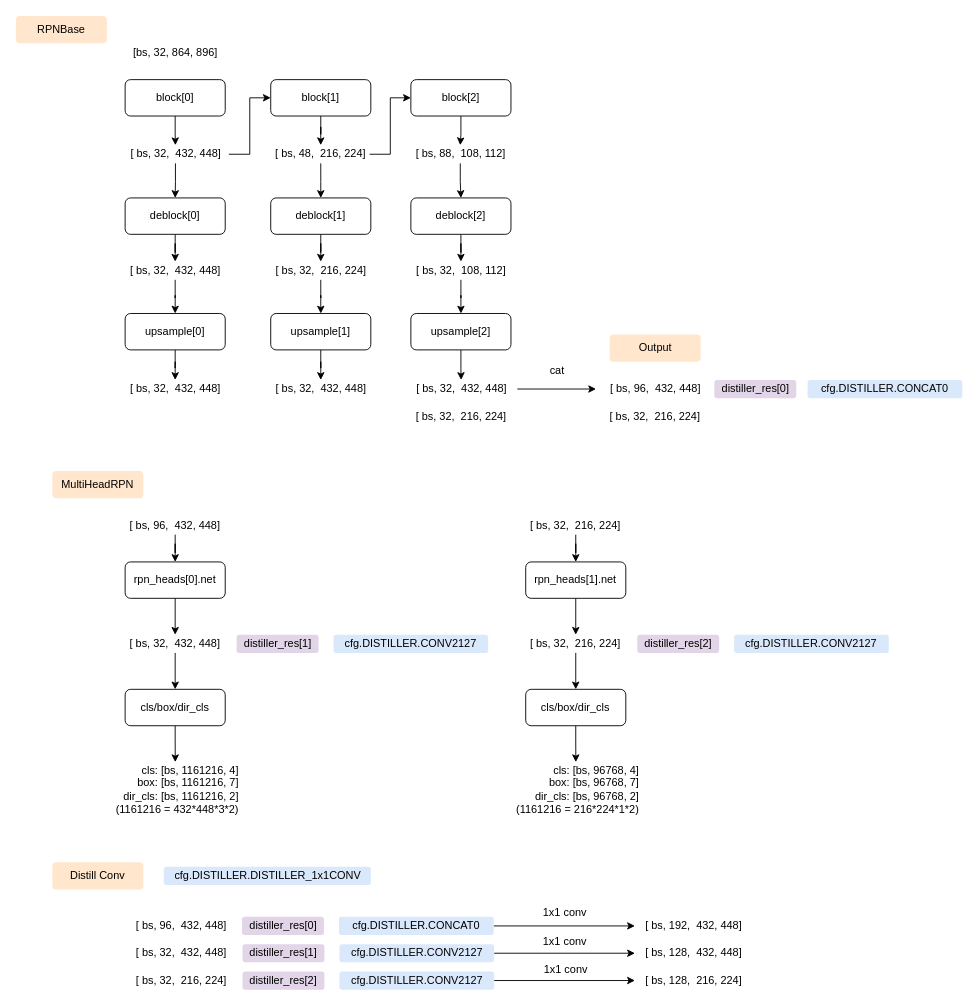
Above: rpnbase_fpnv2.drawio in wennieWN/UML (draw.io), before the change. Source tidied: cells renumbered, new cells numbered last; positions are measured from the earlier drawing's top-left corner, leaving out a move shared by most shapes. Both pictures are drawn from the tidied source at 91%, with x=0, y=0 at pixel (15, 15).
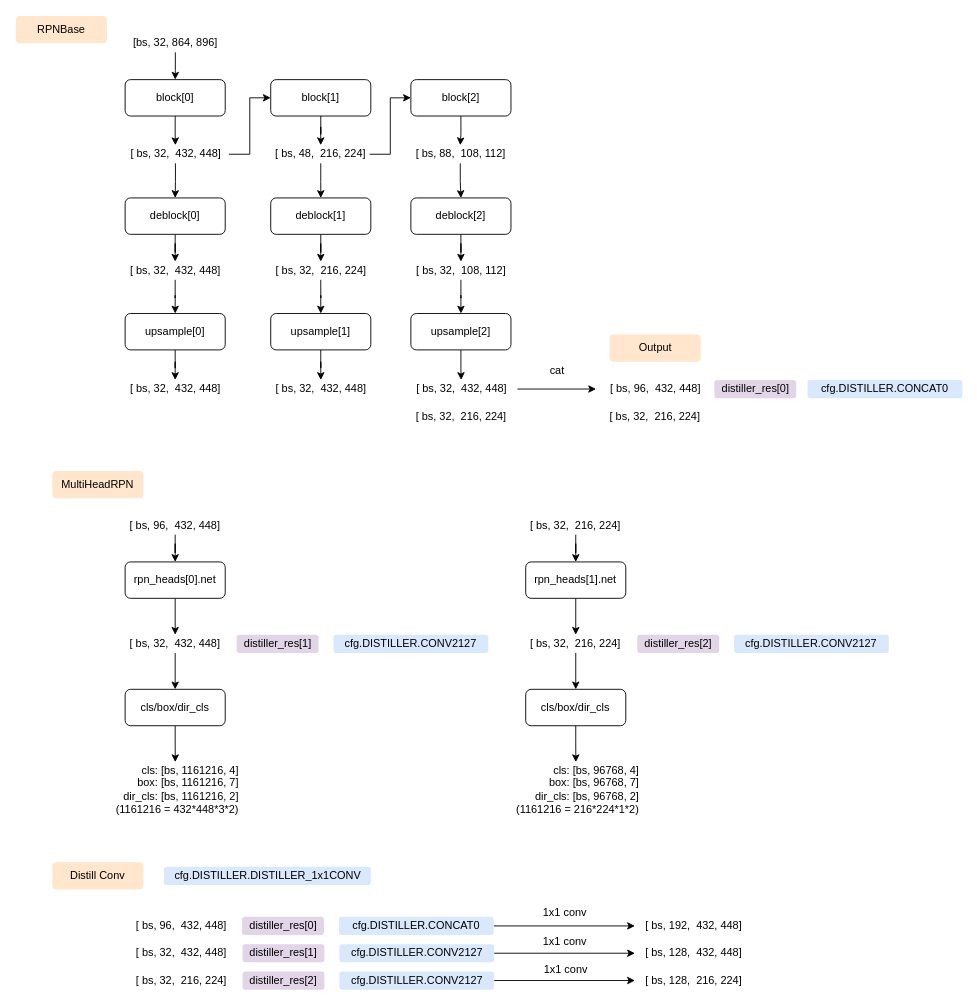
After the change.

The change refers to these unchanged cells:
```xml
<mxCell id="3" value="block[0]" style="rounded=1;whiteSpace=wrap;html=1;" parent="1" vertex="1">
  <mxGeometry x="120" y="70" width="110" height="40" as="geometry" />
</mxCell>
```

What changed in the source:
```diff
@@
+    <mxCell id="90" style="edgeStyle=orthogonalEdgeStyle;rounded=0;jettySize=auto;html=1;" parent="1" edge="1" source="89" target="3">
+      <mxGeometry relative="1" as="geometry" />
+    </mxCell>
     <mxCell id="89" value="[bs, 32, 864, 896]" style="text;html=1;strokeColor=none;fillColor=none;align=center;verticalAlign=middle;whiteSpace=wrap;rounded=0;" parent="1" vertex="1">
-      <mxGeometry x="82.5" y="30" width="185" height="20" as="geometry" />
+      <mxGeometry x="106.6" y="20" width="137.2" height="20" as="geometry" />
     </mxCell>
```
